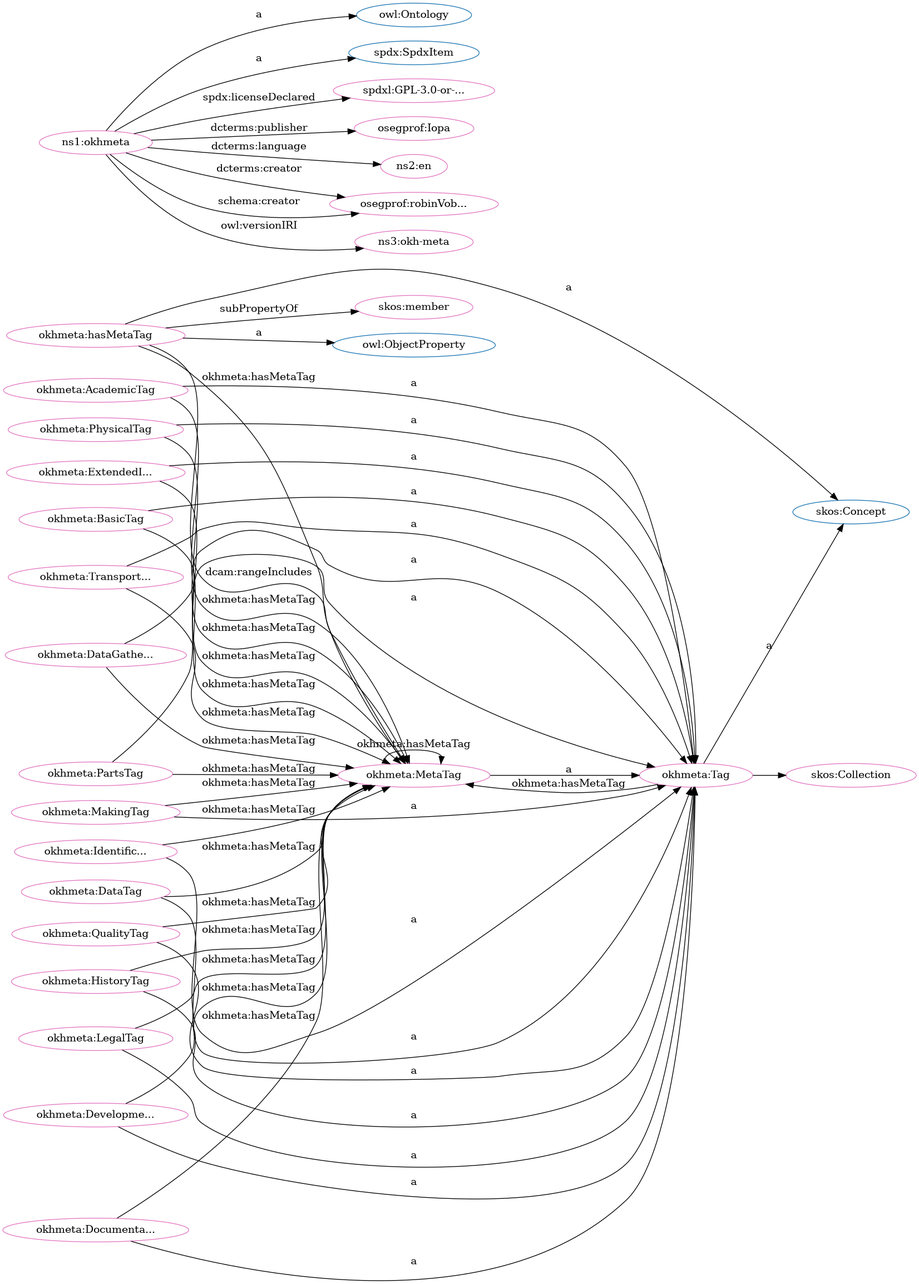
Earlier version of the Graphviz export src/spec/dot_okh-meta.png (iop-alliance/OpenKnowHow). Its source is kept beside it as src/spec/dot_okh-meta.dot.
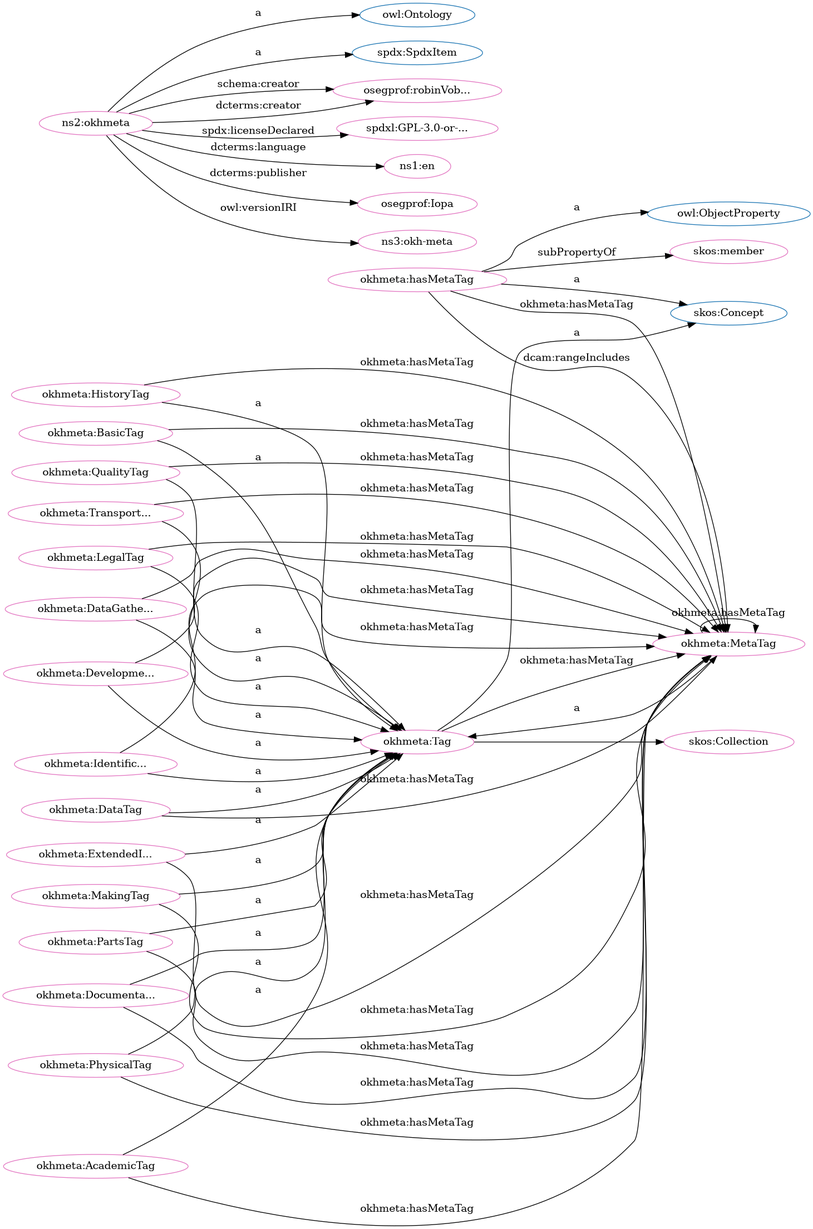
The same diagram one commit later.

Diff of the diagram source:
```diff
@@ -1,84 +1,84 @@
 digraph G {
   rankdir=BT
   node[height=.3]
+"http://w3id.org/oseg/ont/okhmeta#Tag" [fillcolor="#1f77b4" color="#1f77b4" label="okhmeta:Tag"]
+"http://www.w3.org/2004/02/skos/core#Collection" [fillcolor="#1f77b4" color="#1f77b4" label="skos:Collection"]
+"http://www.w3.org/2002/07/owl#Ontology" [fillcolor="#1f77b4" color="#1f77b4" label="owl:Ontology"]
+"http://www.w3.org/2004/02/skos/core#Concept" [fillcolor="#1f77b4" color="#1f77b4" label="skos:Concept"]
 "http://www.w3.org/2002/07/owl#ObjectProperty" [fillcolor="#1f77b4" color="#1f77b4" label="owl:ObjectProperty"]
-"http://www.w3.org/2002/07/owl#Ontology" [fillcolor="#1f77b4" color="#1f77b4" label="owl:Ontology"]
 "http://spdx.org/rdf/terms#SpdxItem" [fillcolor="#1f77b4" color="#1f77b4" label="spdx:SpdxItem"]
-"http://www.w3.org/2004/02/skos/core#Concept" [fillcolor="#1f77b4" color="#1f77b4" label="skos:Concept"]
-"http://www.w3.org/2004/02/skos/core#Collection" [fillcolor="#1f77b4" color="#1f77b4" label="skos:Collection"]
-"http://w3id.org/oseg/ont/okhmeta#Tag" [fillcolor="#1f77b4" color="#1f77b4" label="okhmeta:Tag"]
+"http://w3id.org/oseg/ont/oseg-profiles#robinVobruba" [fillcolor="#e377c2" color="#e377c2" label="osegprof:robinVob..."]
+"http://w3id.org/oseg/ont/okhmeta#LegalTag" [fillcolor="#e377c2" color="#e377c2" label="okhmeta:LegalTag"]
+"http://w3id.org/oseg/ont/okhmeta#MetaTag" [fillcolor="#e377c2" color="#e377c2" label="okhmeta:MetaTag"]
+"http://spdx.org/licenses/GPL-3.0-or-later" [fillcolor="#e377c2" color="#e377c2" label="spdxl:GPL-3.0-or-..."]
+"http://id.loc.gov/vocabulary/iso639-1/en" [fillcolor="#e377c2" color="#e377c2" label="ns1:en"]
+"http://w3id.org/oseg/ont/okhmeta#DocumentationTag" [fillcolor="#e377c2" color="#e377c2" label="okhmeta:Documenta..."]
+"http://www.w3.org/2004/02/skos/core#Collection" [fillcolor="#e377c2" color="#e377c2" label="skos:Collection"]
+"http://w3id.org/oseg/ont/okhmeta#HistoryTag" [fillcolor="#e377c2" color="#e377c2" label="okhmeta:HistoryTag"]
+"http://w3id.org/oseg/ont/okhmeta#ExtendedInfoTag" [fillcolor="#e377c2" color="#e377c2" label="okhmeta:ExtendedI..."]
+"http://w3id.org/oseg/ont/okhmeta#PartsTag" [fillcolor="#e377c2" color="#e377c2" label="okhmeta:PartsTag"]
+"http://w3id.org/oseg/ont/okhmeta#hasMetaTag" [fillcolor="#e377c2" color="#e377c2" label="okhmeta:hasMetaTag"]
+"http://w3id.org/oseg/ont/okhmeta#BasicTag" [fillcolor="#e377c2" color="#e377c2" label="okhmeta:BasicTag"]
+"http://w3id.org/oseg/ont/okhmeta#QualityTag" [fillcolor="#e377c2" color="#e377c2" label="okhmeta:QualityTag"]
+"http://w3id.org/oseg/ont/oseg-profiles#Iopa" [fillcolor="#e377c2" color="#e377c2" label="osegprof:Iopa"]
+"http://w3id.org/oseg/ont/okhmeta#DataTag" [fillcolor="#e377c2" color="#e377c2" label="okhmeta:DataTag"]
+"http://w3id.org/oseg/ont/okhmeta#AcademicTag" [fillcolor="#e377c2" color="#e377c2" label="okhmeta:AcademicTag"]
+"http://www.w3.org/2004/02/skos/core#member" [fillcolor="#e377c2" color="#e377c2" label="skos:member"]
+"http://w3id.org/oseg/ont/okhmeta#DevelopmentTag" [fillcolor="#e377c2" color="#e377c2" label="okhmeta:Developme..."]
+"http://w3id.org/oseg/ont/okhmeta#PhysicalTag" [fillcolor="#e377c2" color="#e377c2" label="okhmeta:PhysicalTag"]
+"http://w3id.org/oseg/ont/okhmeta" [fillcolor="#e377c2" color="#e377c2" label="ns2:okhmeta"]
+"http://w3id.org/oseg/ont/okhmeta#IdentificationTag" [fillcolor="#e377c2" color="#e377c2" label="okhmeta:Identific..."]
 "http://w3id.org/oseg/ont/okhmeta#MakingTag" [fillcolor="#e377c2" color="#e377c2" label="okhmeta:MakingTag"]
-"http://www.w3.org/2004/02/skos/core#Collection" [fillcolor="#e377c2" color="#e377c2" label="skos:Collection"]
-"http://w3id.org/oseg/ont/okhmeta#MetaTag" [fillcolor="#e377c2" color="#e377c2" label="okhmeta:MetaTag"]
-"http://w3id.org/oseg/ont/okhmeta#DocumentationTag" [fillcolor="#e377c2" color="#e377c2" label="okhmeta:Documenta..."]
-"http://w3id.org/oseg/ont/okhmeta" [fillcolor="#e377c2" color="#e377c2" label="ns1:okhmeta"]
+"http://w3id.org/oseg/ont/okhmeta#Tag" [fillcolor="#e377c2" color="#e377c2" label="okhmeta:Tag"]
+"http://w3id.org/oseg/ont/okhmeta#DataGatheringTag" [fillcolor="#e377c2" color="#e377c2" label="okhmeta:DataGathe..."]
+"http://w3id.org/oseg/ont/1.1.0/okh-meta" [fillcolor="#e377c2" color="#e377c2" label="ns3:okh-meta"]
 "http://w3id.org/oseg/ont/okhmeta#TransportationTag" [fillcolor="#e377c2" color="#e377c2" label="okhmeta:Transport..."]
-"http://www.w3.org/2004/02/skos/core#member" [fillcolor="#e377c2" color="#e377c2" label="skos:member"]
-"http://w3id.org/oseg/ont/okhmeta#Tag" [fillcolor="#e377c2" color="#e377c2" label="okhmeta:Tag"]
-"http://w3id.org/oseg/ont/okhmeta#QualityTag" [fillcolor="#e377c2" color="#e377c2" label="okhmeta:QualityTag"]
-"http://w3id.org/oseg/ont/okhmeta#PhysicalTag" [fillcolor="#e377c2" color="#e377c2" label="okhmeta:PhysicalTag"]
-"http://w3id.org/oseg/ont/okhmeta#BasicTag" [fillcolor="#e377c2" color="#e377c2" label="okhmeta:BasicTag"]
-"http://w3id.org/oseg/ont/okhmeta#PartsTag" [fillcolor="#e377c2" color="#e377c2" label="okhmeta:PartsTag"]
-"http://w3id.org/oseg/ont/okhmeta#ExtendedInfoTag" [fillcolor="#e377c2" color="#e377c2" label="okhmeta:ExtendedI..."]
-"http://w3id.org/oseg/ont/okhmeta#hasMetaTag" [fillcolor="#e377c2" color="#e377c2" label="okhmeta:hasMetaTag"]
-"http://w3id.org/oseg/ont/okhmeta#DevelopmentTag" [fillcolor="#e377c2" color="#e377c2" label="okhmeta:Developme..."]
-"http://spdx.org/licenses/GPL-3.0-or-later" [fillcolor="#e377c2" color="#e377c2" label="spdxl:GPL-3.0-or-..."]
-"http://w3id.org/oseg/ont/okhmeta#IdentificationTag" [fillcolor="#e377c2" color="#e377c2" label="okhmeta:Identific..."]
-"http://w3id.org/oseg/ont/oseg-profiles#Iopa" [fillcolor="#e377c2" color="#e377c2" label="osegprof:Iopa"]
-"http://id.loc.gov/vocabulary/iso639-1/en" [fillcolor="#e377c2" color="#e377c2" label="ns2:en"]
-"http://w3id.org/oseg/ont/oseg-profiles#robinVobruba" [fillcolor="#e377c2" color="#e377c2" label="osegprof:robinVob..."]
-"http://w3id.org/oseg/ont/1.1.0/okh-meta" [fillcolor="#e377c2" color="#e377c2" label="ns3:okh-meta"]
-"http://w3id.org/oseg/ont/okhmeta#AcademicTag" [fillcolor="#e377c2" color="#e377c2" label="okhmeta:AcademicTag"]
-"http://w3id.org/oseg/ont/okhmeta#DataTag" [fillcolor="#e377c2" color="#e377c2" label="okhmeta:DataTag"]
-"http://w3id.org/oseg/ont/okhmeta#HistoryTag" [fillcolor="#e377c2" color="#e377c2" label="okhmeta:HistoryTag"]
-"http://w3id.org/oseg/ont/okhmeta#LegalTag" [fillcolor="#e377c2" color="#e377c2" label="okhmeta:LegalTag"]
-"http://w3id.org/oseg/ont/okhmeta#DataGatheringTag" [fillcolor="#e377c2" color="#e377c2" label="okhmeta:DataGathe..."]
+  "http://w3id.org/oseg/ont/okhmeta" -> "http://w3id.org/oseg/ont/oseg-profiles#robinVobruba" [label="schema:creator"]
+  "http://w3id.org/oseg/ont/okhmeta#AcademicTag" -> "http://w3id.org/oseg/ont/okhmeta#MetaTag" [label="okhmeta:hasMetaTag"]
+  "http://w3id.org/oseg/ont/okhmeta" -> "http://spdx.org/licenses/GPL-3.0-or-later" [label="spdx:licenseDeclared"]
+  "http://w3id.org/oseg/ont/okhmeta" -> "http://id.loc.gov/vocabulary/iso639-1/en" [label="dcterms:language"]
+  "http://w3id.org/oseg/ont/okhmeta#hasMetaTag" -> "http://w3id.org/oseg/ont/okhmeta#MetaTag" [label="okhmeta:hasMetaTag"]
+  "http://w3id.org/oseg/ont/okhmeta#DocumentationTag" -> "http://w3id.org/oseg/ont/okhmeta#Tag" [label="a"]
   "http://w3id.org/oseg/ont/okhmeta#Tag" -> "http://www.w3.org/2004/02/skos/core#Collection" [label=""]
+  "http://w3id.org/oseg/ont/okhmeta#HistoryTag" -> "http://w3id.org/oseg/ont/okhmeta#Tag" [label="a"]
+  "http://w3id.org/oseg/ont/okhmeta#MetaTag" -> "http://w3id.org/oseg/ont/okhmeta#MetaTag" [label="okhmeta:hasMetaTag"]
+  "http://w3id.org/oseg/ont/okhmeta#BasicTag" -> "http://w3id.org/oseg/ont/okhmeta#Tag" [label="a"]
+  "http://w3id.org/oseg/ont/okhmeta#QualityTag" -> "http://w3id.org/oseg/ont/okhmeta#Tag" [label="a"]
+  "http://w3id.org/oseg/ont/okhmeta#hasMetaTag" -> "http://w3id.org/oseg/ont/okhmeta#MetaTag" [label="dcam:rangeIncludes"]
+  "http://w3id.org/oseg/ont/okhmeta#LegalTag" -> "http://w3id.org/oseg/ont/okhmeta#MetaTag" [label="okhmeta:hasMetaTag"]
+  "http://w3id.org/oseg/ont/okhmeta#DocumentationTag" -> "http://w3id.org/oseg/ont/okhmeta#MetaTag" [label="okhmeta:hasMetaTag"]
+  "http://w3id.org/oseg/ont/okhmeta#AcademicTag" -> "http://w3id.org/oseg/ont/okhmeta#Tag" [label="a"]
+  "http://w3id.org/oseg/ont/okhmeta#DataTag" -> "http://w3id.org/oseg/ont/okhmeta#MetaTag" [label="okhmeta:hasMetaTag"]
+  "http://w3id.org/oseg/ont/okhmeta#hasMetaTag" -> "http://www.w3.org/2004/02/skos/core#member" [label="subPropertyOf"]
+  "http://w3id.org/oseg/ont/okhmeta#DevelopmentTag" -> "http://w3id.org/oseg/ont/okhmeta#MetaTag" [label="okhmeta:hasMetaTag"]
+  "http://w3id.org/oseg/ont/okhmeta#IdentificationTag" -> "http://w3id.org/oseg/ont/okhmeta#MetaTag" [label="okhmeta:hasMetaTag"]
+  "http://w3id.org/oseg/ont/okhmeta#PhysicalTag" -> "http://w3id.org/oseg/ont/okhmeta#Tag" [label="a"]
+  "http://w3id.org/oseg/ont/okhmeta#ExtendedInfoTag" -> "http://w3id.org/oseg/ont/okhmeta#MetaTag" [label="okhmeta:hasMetaTag"]
+  "http://w3id.org/oseg/ont/okhmeta#PartsTag" -> "http://w3id.org/oseg/ont/okhmeta#MetaTag" [label="okhmeta:hasMetaTag"]
+  "http://w3id.org/oseg/ont/okhmeta#Tag" -> "http://w3id.org/oseg/ont/okhmeta#MetaTag" [label="okhmeta:hasMetaTag"]
+  "http://w3id.org/oseg/ont/okhmeta#DataGatheringTag" -> "http://w3id.org/oseg/ont/okhmeta#Tag" [label="a"]
   "http://w3id.org/oseg/ont/okhmeta#TransportationTag" -> "http://w3id.org/oseg/ont/okhmeta#MetaTag" [label="okhmeta:hasMetaTag"]
+  "http://w3id.org/oseg/ont/okhmeta" -> "http://spdx.org/rdf/terms#SpdxItem" [label="a"]
+  "http://w3id.org/oseg/ont/okhmeta#LegalTag" -> "http://w3id.org/oseg/ont/okhmeta#Tag" [label="a"]
+  "http://w3id.org/oseg/ont/okhmeta" -> "http://w3id.org/oseg/ont/oseg-profiles#robinVobruba" [label="dcterms:creator"]
+  "http://w3id.org/oseg/ont/okhmeta#ExtendedInfoTag" -> "http://w3id.org/oseg/ont/okhmeta#Tag" [label="a"]
+  "http://w3id.org/oseg/ont/okhmeta#PartsTag" -> "http://w3id.org/oseg/ont/okhmeta#Tag" [label="a"]
+  "http://w3id.org/oseg/ont/okhmeta#MetaTag" -> "http://w3id.org/oseg/ont/okhmeta#Tag" [label="a"]
+  "http://w3id.org/oseg/ont/okhmeta#MakingTag" -> "http://w3id.org/oseg/ont/okhmeta#MetaTag" [label="okhmeta:hasMetaTag"]
   "http://w3id.org/oseg/ont/okhmeta#QualityTag" -> "http://w3id.org/oseg/ont/okhmeta#MetaTag" [label="okhmeta:hasMetaTag"]
+  "http://w3id.org/oseg/ont/okhmeta#hasMetaTag" -> "http://www.w3.org/2002/07/owl#ObjectProperty" [label="a"]
+  "http://w3id.org/oseg/ont/okhmeta" -> "http://w3id.org/oseg/ont/oseg-profiles#Iopa" [label="dcterms:publisher"]
+  "http://w3id.org/oseg/ont/okhmeta#DataTag" -> "http://w3id.org/oseg/ont/okhmeta#Tag" [label="a"]
+  "http://w3id.org/oseg/ont/okhmeta#hasMetaTag" -> "http://www.w3.org/2004/02/skos/core#Concept" [label="a"]
   "http://w3id.org/oseg/ont/okhmeta#PhysicalTag" -> "http://w3id.org/oseg/ont/okhmeta#MetaTag" [label="okhmeta:hasMetaTag"]
+  "http://w3id.org/oseg/ont/okhmeta#DevelopmentTag" -> "http://w3id.org/oseg/ont/okhmeta#Tag" [label="a"]
   "http://w3id.org/oseg/ont/okhmeta" -> "http://www.w3.org/2002/07/owl#Ontology" [label="a"]
+  "http://w3id.org/oseg/ont/okhmeta#IdentificationTag" -> "http://w3id.org/oseg/ont/okhmeta#Tag" [label="a"]
+  "http://w3id.org/oseg/ont/okhmeta#HistoryTag" -> "http://w3id.org/oseg/ont/okhmeta#MetaTag" [label="okhmeta:hasMetaTag"]
+  "http://w3id.org/oseg/ont/okhmeta#MakingTag" -> "http://w3id.org/oseg/ont/okhmeta#Tag" [label="a"]
   "http://w3id.org/oseg/ont/okhmeta#BasicTag" -> "http://w3id.org/oseg/ont/okhmeta#MetaTag" [label="okhmeta:hasMetaTag"]
-  "http://w3id.org/oseg/ont/okhmeta#PartsTag" -> "http://w3id.org/oseg/ont/okhmeta#MetaTag" [label="okhmeta:hasMetaTag"]
   "http://w3id.org/oseg/ont/okhmeta#Tag" -> "http://www.w3.org/2004/02/skos/core#Concept" [label="a"]
-  "http://w3id.org/oseg/ont/okhmeta#ExtendedInfoTag" -> "http://w3id.org/oseg/ont/okhmeta#Tag" [label="a"]
-  "http://w3id.org/oseg/ont/okhmeta#IdentificationTag" -> "http://w3id.org/oseg/ont/okhmeta#Tag" [label="a"]
-  "http://w3id.org/oseg/ont/okhmeta#AcademicTag" -> "http://w3id.org/oseg/ont/okhmeta#MetaTag" [label="okhmeta:hasMetaTag"]
-  "http://w3id.org/oseg/ont/okhmeta#DataTag" -> "http://w3id.org/oseg/ont/okhmeta#MetaTag" [label="okhmeta:hasMetaTag"]
-  "http://w3id.org/oseg/ont/okhmeta#MetaTag" -> "http://w3id.org/oseg/ont/okhmeta#MetaTag" [label="okhmeta:hasMetaTag"]
-  "http://w3id.org/oseg/ont/okhmeta#hasMetaTag" -> "http://w3id.org/oseg/ont/okhmeta#MetaTag" [label="okhmeta:hasMetaTag"]
-  "http://w3id.org/oseg/ont/okhmeta#HistoryTag" -> "http://w3id.org/oseg/ont/okhmeta#Tag" [label="a"]
-  "http://w3id.org/oseg/ont/okhmeta" -> "http://w3id.org/oseg/ont/oseg-profiles#robinVobruba" [label="dcterms:creator"]
-  "http://w3id.org/oseg/ont/okhmeta#DevelopmentTag" -> "http://w3id.org/oseg/ont/okhmeta#MetaTag" [label="okhmeta:hasMetaTag"]
-  "http://w3id.org/oseg/ont/okhmeta#LegalTag" -> "http://w3id.org/oseg/ont/okhmeta#Tag" [label="a"]
-  "http://w3id.org/oseg/ont/okhmeta" -> "http://spdx.org/rdf/terms#SpdxItem" [label="a"]
-  "http://w3id.org/oseg/ont/okhmeta#DataGatheringTag" -> "http://w3id.org/oseg/ont/okhmeta#Tag" [label="a"]
-  "http://w3id.org/oseg/ont/okhmeta#MakingTag" -> "http://w3id.org/oseg/ont/okhmeta#Tag" [label="a"]
-  "http://w3id.org/oseg/ont/okhmeta#DocumentationTag" -> "http://w3id.org/oseg/ont/okhmeta#Tag" [label="a"]
+  "http://w3id.org/oseg/ont/okhmeta" -> "http://w3id.org/oseg/ont/1.1.0/okh-meta" [label="owl:versionIRI"]
   "http://w3id.org/oseg/ont/okhmeta#TransportationTag" -> "http://w3id.org/oseg/ont/okhmeta#Tag" [label="a"]
-  "http://w3id.org/oseg/ont/okhmeta#hasMetaTag" -> "http://www.w3.org/2004/02/skos/core#member" [label="subPropertyOf"]
-  "http://w3id.org/oseg/ont/okhmeta#QualityTag" -> "http://w3id.org/oseg/ont/okhmeta#Tag" [label="a"]
-  "http://w3id.org/oseg/ont/okhmeta#ExtendedInfoTag" -> "http://w3id.org/oseg/ont/okhmeta#MetaTag" [label="okhmeta:hasMetaTag"]
-  "http://w3id.org/oseg/ont/okhmeta#PhysicalTag" -> "http://w3id.org/oseg/ont/okhmeta#Tag" [label="a"]
-  "http://w3id.org/oseg/ont/okhmeta#IdentificationTag" -> "http://w3id.org/oseg/ont/okhmeta#MetaTag" [label="okhmeta:hasMetaTag"]
-  "http://w3id.org/oseg/ont/okhmeta#BasicTag" -> "http://w3id.org/oseg/ont/okhmeta#Tag" [label="a"]
-  "http://w3id.org/oseg/ont/okhmeta#PartsTag" -> "http://w3id.org/oseg/ont/okhmeta#Tag" [label="a"]
-  "http://w3id.org/oseg/ont/okhmeta#DevelopmentTag" -> "http://w3id.org/oseg/ont/okhmeta#Tag" [label="a"]
-  "http://w3id.org/oseg/ont/okhmeta" -> "http://spdx.org/licenses/GPL-3.0-or-later" [label="spdx:licenseDeclared"]
-  "http://w3id.org/oseg/ont/okhmeta#hasMetaTag" -> "http://w3id.org/oseg/ont/okhmeta#MetaTag" [label="dcam:rangeIncludes"]
-  "http://w3id.org/oseg/ont/okhmeta#hasMetaTag" -> "http://www.w3.org/2004/02/skos/core#Concept" [label="a"]
-  "http://w3id.org/oseg/ont/okhmeta" -> "http://w3id.org/oseg/ont/oseg-profiles#Iopa" [label="dcterms:publisher"]
-  "http://w3id.org/oseg/ont/okhmeta#HistoryTag" -> "http://w3id.org/oseg/ont/okhmeta#MetaTag" [label="okhmeta:hasMetaTag"]
-  "http://w3id.org/oseg/ont/okhmeta" -> "http://id.loc.gov/vocabulary/iso639-1/en" [label="dcterms:language"]
-  "http://w3id.org/oseg/ont/okhmeta#LegalTag" -> "http://w3id.org/oseg/ont/okhmeta#MetaTag" [label="okhmeta:hasMetaTag"]
-  "http://w3id.org/oseg/ont/okhmeta" -> "http://w3id.org/oseg/ont/oseg-profiles#robinVobruba" [label="schema:creator"]
-  "http://w3id.org/oseg/ont/okhmeta#MakingTag" -> "http://w3id.org/oseg/ont/okhmeta#MetaTag" [label="okhmeta:hasMetaTag"]
-  "http://w3id.org/oseg/ont/okhmeta" -> "http://w3id.org/oseg/ont/1.1.0/okh-meta" [label="owl:versionIRI"]
-  "http://w3id.org/oseg/ont/okhmeta#AcademicTag" -> "http://w3id.org/oseg/ont/okhmeta#Tag" [label="a"]
-  "http://w3id.org/oseg/ont/okhmeta#DataTag" -> "http://w3id.org/oseg/ont/okhmeta#Tag" [label="a"]
   "http://w3id.org/oseg/ont/okhmeta#DataGatheringTag" -> "http://w3id.org/oseg/ont/okhmeta#MetaTag" [label="okhmeta:hasMetaTag"]
-  "http://w3id.org/oseg/ont/okhmeta#MetaTag" -> "http://w3id.org/oseg/ont/okhmeta#Tag" [label="a"]
-  "http://w3id.org/oseg/ont/okhmeta#Tag" -> "http://w3id.org/oseg/ont/okhmeta#MetaTag" [label="okhmeta:hasMetaTag"]
-  "http://w3id.org/oseg/ont/okhmeta#DocumentationTag" -> "http://w3id.org/oseg/ont/okhmeta#MetaTag" [label="okhmeta:hasMetaTag"]
-  "http://w3id.org/oseg/ont/okhmeta#hasMetaTag" -> "http://www.w3.org/2002/07/owl#ObjectProperty" [label="a"]
 }
```
